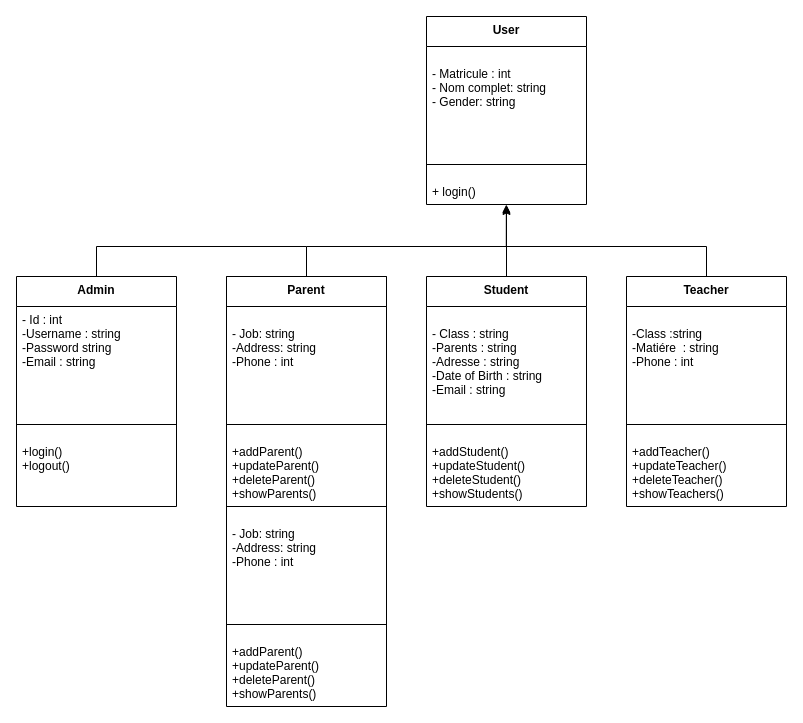
The draw.io diagram Conceptions/UML/ClassDiagram.drawio in JAMALEEY/Application-de-gestion-d-cole-BETA, before the edit. Source tidied: cells renumbered, new cells numbered last; positions are measured from the earlier drawing's top-left corner, leaving out a move shared by most shapes. Both pictures are drawn from the tidied source at 100%, with x=0, y=0 at pixel (16, 16).
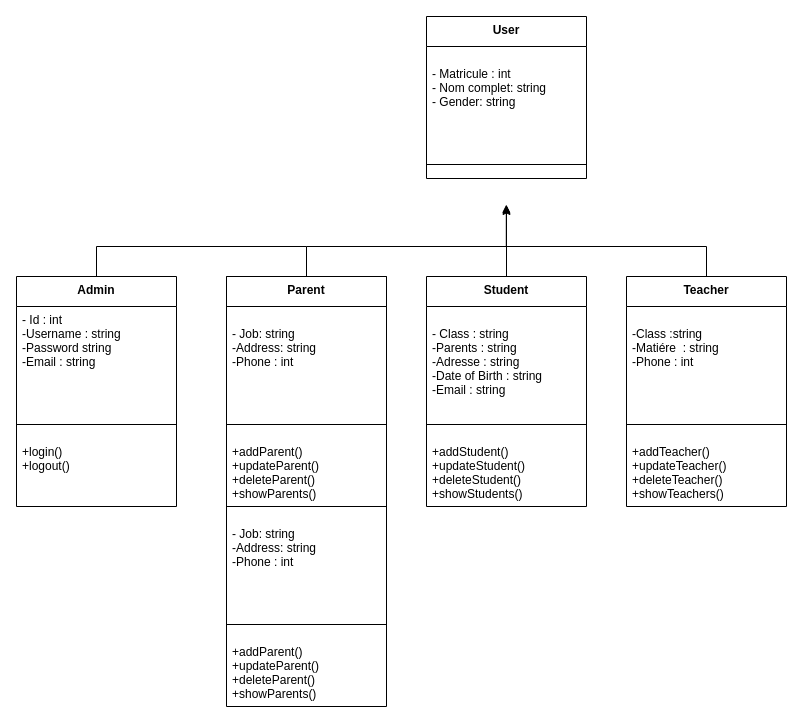
The same page after the edit.

The change refers to these unchanged cells:
```xml
<mxCell id="12" value="Teacher" style="swimlane;fontStyle=1;align=center;verticalAlign=top;horizontal=1;startSize=30;" parent="1" vertex="1">
  <mxGeometry x="610" y="260" width="160" height="230" as="geometry" />
</mxCell>
```

The edit, as a diff of the source:
```diff
@@
     <mxCell id="2" value="User" style="swimlane;fontStyle=1;align=center;verticalAlign=top;horizontal=1;startSize=30;" parent="1" vertex="1">
-      <mxGeometry x="410" width="160" height="188" as="geometry" />
+      <mxGeometry x="410" width="160" height="162" as="geometry" />
     </mxCell>
@@
-    <mxCell id="5" value="+ login()" style="text;strokeColor=none;fillColor=none;align=left;verticalAlign=top;spacingLeft=4;spacingRight=4;overflow=hidden;points=[[0,0.5],[1,0.5]];portConstraint=eastwest;" parent="2" vertex="1">
-      <mxGeometry y="162" width="160" height="26" as="geometry" />
-    </mxCell>
@@
-    <mxCell id="11" style="edgeStyle=orthogonalEdgeStyle;rounded=0;jettySize=auto;html=1;entryX=0.499;entryY=1;entryDx=0;entryDy=0;entryPerimeter=0;" parent="1" edge="1" source="12" target="5">
+    <mxCell id="11" style="edgeStyle=orthogonalEdgeStyle;rounded=0;jettySize=auto;html=1;entryX=0.499;entryY=1;entryDx=0;entryDy=0;entryPerimeter=0;" parent="1" edge="1" source="12">
       <mxGeometry relative="1" as="geometry">
+        <mxPoint x="489.8" y="188" as="targetPoint" />
         <Array as="points">
           <mxPoint x="690" y="230" />
           <mxPoint x="490" y="230" />
         </Array>
       </mxGeometry>
     </mxCell>
```
